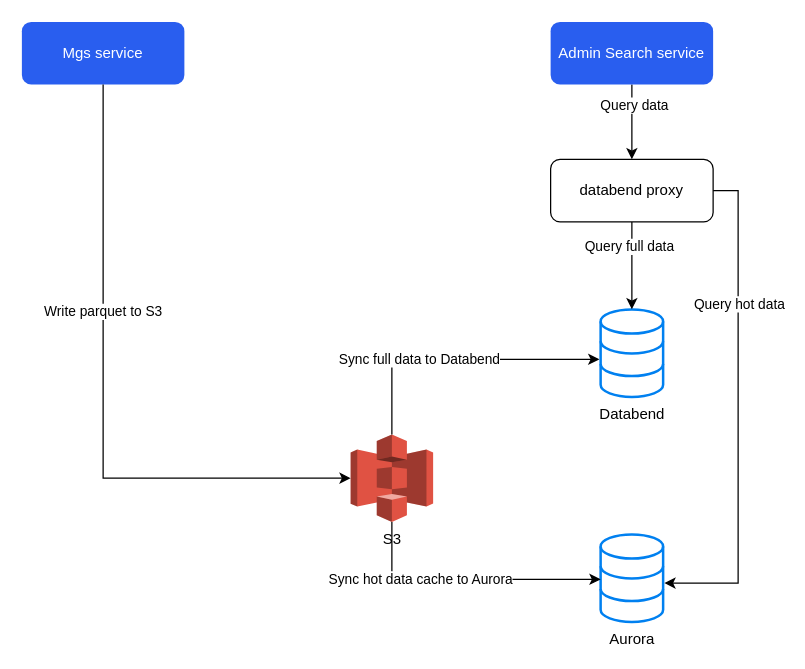
The draw.io diagram doc/useroperationlog.drawio in jackjoesh/databend, before the edit. Source tidied: cells renumbered, new cells numbered last; positions are measured from the earlier drawing's top-left corner, leaving out a move shared by most shapes. Both pictures are drawn from the tidied source at 125%, with x=0, y=0 at pixel (21, 21).
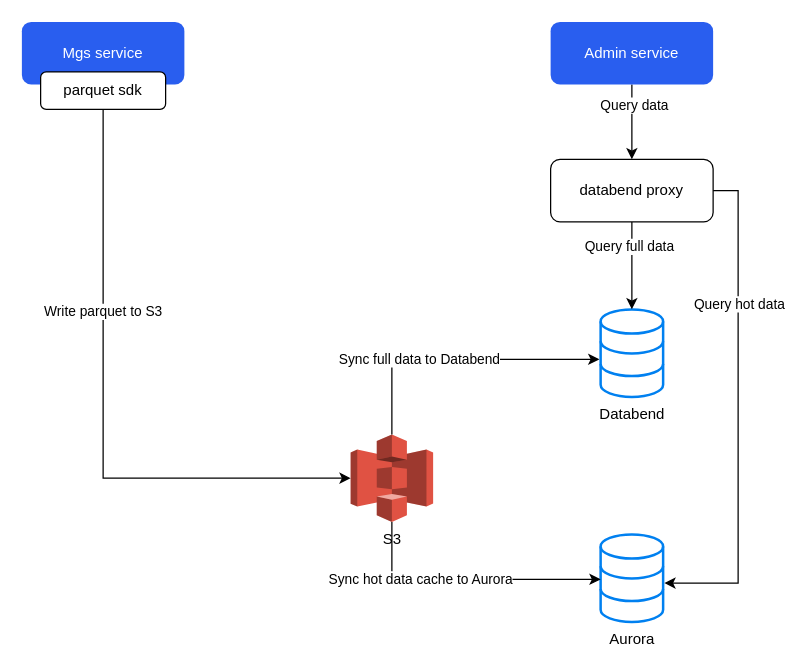
The same diagram, later.

Change to the diagram source:
```diff
@@
-    <mxCell id="14" value="Admin Search service" style="rounded=1;whiteSpace=wrap;html=1;fillColor=#295EEF;fontColor=#ffffff;strokeColor=none;" parent="1" vertex="1">
+    <mxCell id="14" value="Admin service" style="rounded=1;whiteSpace=wrap;html=1;fillColor=#295EEF;fontColor=#ffffff;strokeColor=none;" parent="1" vertex="1">
       <mxGeometry x="423" width="130" height="50" as="geometry" />
     </mxCell>
@@
+    <mxCell id="20" value="parquet sdk" style="rounded=1;whiteSpace=wrap;html=1;fillColor=#FFFFFF;fontColor=#000000;strokeColor=default;" parent="1" vertex="1">
+      <mxGeometry x="15" y="40" width="100" height="30" as="geometry" />
+    </mxCell>
```
